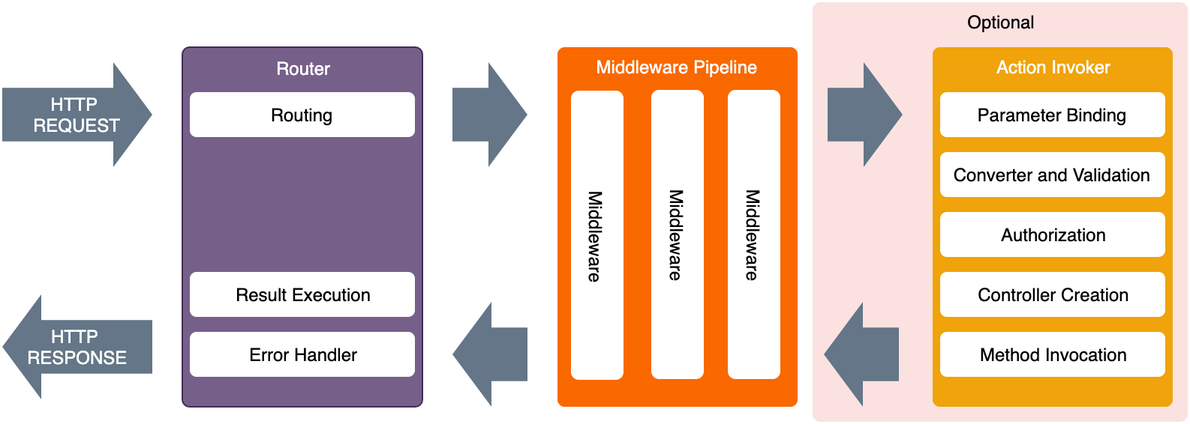
Above: docs/assets/application-lifecycle.png in plumier/plumier (draw.io), before the change. Source tidied: cells renumbered, new cells last; positions are measured from the earlier drawing's top-left corner, leaving out a move shared by most shapes. Source of this version:
```xml
<mxGraphModel>
  <root>
    <mxCell id="0" />
    <mxCell id="1" parent="0" />
    <mxCell id="2" value="Optional" style="rounded=1;whiteSpace=wrap;html=1;opacity=60;fillColor=#f8cecc;strokeColor=none;arcSize=2;verticalAlign=top;" parent="1" vertex="1">
      <mxGeometry x="540" width="250" height="280" as="geometry" />
    </mxCell>
    <mxCell id="3" value="Router" style="rounded=1;whiteSpace=wrap;html=1;verticalAlign=top;arcSize=3;fillColor=#76608a;strokeColor=#432D57;fontColor=#ffffff;" parent="1" vertex="1">
      <mxGeometry x="120" y="30" width="160" height="240" as="geometry" />
    </mxCell>
    <mxCell id="4" value="Middleware Pipeline" style="rounded=1;whiteSpace=wrap;html=1;verticalAlign=top;arcSize=3;fillColor=#fa6800;strokeColor=none;fontColor=#ffffff;" parent="1" vertex="1">
      <mxGeometry x="370" y="30" width="160" height="240" as="geometry" />
    </mxCell>
    <mxCell id="5" style="html=1;shadow=0;dashed=0;align=center;verticalAlign=middle;shape=mxgraph.arrows2.arrow;dy=0.49;dx=26;notch=0;fillColor=#647687;strokeColor=none;fontColor=#ffffff;" parent="1" vertex="1">
      <mxGeometry x="300" y="40" width="50" height="70" as="geometry" />
    </mxCell>
    <mxCell id="6" style="html=1;shadow=0;dashed=0;align=center;verticalAlign=middle;shape=mxgraph.arrows2.arrow;dy=0.49;dx=26;notch=0;rotation=-180;fillColor=#647687;strokeColor=none;fontColor=#ffffff;" parent="1" vertex="1">
      <mxGeometry x="300" y="200" width="50" height="70" as="geometry" />
    </mxCell>
    <mxCell id="7" value="Action Invoker" style="rounded=1;whiteSpace=wrap;html=1;verticalAlign=top;arcSize=3;fillColor=#f0a30a;strokeColor=none;fontColor=#ffffff;" parent="1" vertex="1">
      <mxGeometry x="620" y="30" width="160" height="240" as="geometry" />
    </mxCell>
    <mxCell id="8" style="html=1;shadow=0;dashed=0;align=center;verticalAlign=middle;shape=mxgraph.arrows2.arrow;dy=0.49;dx=26;notch=0;fillColor=#647687;strokeColor=none;fontColor=#ffffff;" parent="1" vertex="1">
      <mxGeometry x="550" y="40" width="50" height="70" as="geometry" />
    </mxCell>
    <mxCell id="9" style="html=1;shadow=0;dashed=0;align=center;verticalAlign=middle;shape=mxgraph.arrows2.arrow;dy=0.49;dx=26;notch=0;rotation=-180;fillColor=#647687;strokeColor=none;fontColor=#ffffff;" parent="1" vertex="1">
      <mxGeometry x="547.5" y="200" width="50" height="70" as="geometry" />
    </mxCell>
    <mxCell id="10" value="Parameter Binding" style="rounded=1;whiteSpace=wrap;html=1;strokeColor=none;" parent="1" vertex="1">
      <mxGeometry x="625" y="60" width="150" height="30" as="geometry" />
    </mxCell>
    <mxCell id="11" value="Converter and Validation" style="rounded=1;whiteSpace=wrap;html=1;strokeColor=none;" parent="1" vertex="1">
      <mxGeometry x="625" y="100" width="150" height="30" as="geometry" />
    </mxCell>
    <mxCell id="12" value="Authorization" style="rounded=1;whiteSpace=wrap;html=1;strokeColor=none;" parent="1" vertex="1">
      <mxGeometry x="625" y="140" width="150" height="30" as="geometry" />
    </mxCell>
    <mxCell id="13" value="Controller Creation" style="rounded=1;whiteSpace=wrap;html=1;strokeColor=none;" parent="1" vertex="1">
      <mxGeometry x="625" y="180" width="150" height="30" as="geometry" />
    </mxCell>
    <mxCell id="14" value="Method Invocation" style="rounded=1;whiteSpace=wrap;html=1;strokeColor=none;" parent="1" vertex="1">
      <mxGeometry x="625" y="220" width="150" height="30" as="geometry" />
    </mxCell>
    <mxCell id="15" value="Middleware" style="rounded=1;whiteSpace=wrap;html=1;rotation=90;strokeColor=none;" parent="1" vertex="1">
      <mxGeometry x="300" y="138" width="193" height="35" as="geometry" />
    </mxCell>
    <mxCell id="16" value="Routing" style="rounded=1;whiteSpace=wrap;html=1;strokeColor=none;" parent="1" vertex="1">
      <mxGeometry x="125" y="60" width="150" height="30" as="geometry" />
    </mxCell>
    <mxCell id="17" value="Result Execution" style="rounded=1;whiteSpace=wrap;html=1;strokeColor=none;" parent="1" vertex="1">
      <mxGeometry x="125" y="180" width="150" height="30" as="geometry" />
    </mxCell>
    <mxCell id="18" value="Error Handler" style="rounded=1;whiteSpace=wrap;html=1;strokeColor=none;" parent="1" vertex="1">
      <mxGeometry x="125" y="220" width="150" height="30" as="geometry" />
    </mxCell>
    <mxCell id="19" value="HTTP&amp;nbsp;&lt;br&gt;REQUEST" style="html=1;shadow=0;dashed=0;align=center;verticalAlign=middle;shape=mxgraph.arrows2.arrow;dy=0.49;dx=26;notch=0;fillColor=#647687;strokeColor=none;fontColor=#ffffff;" parent="1" vertex="1">
      <mxGeometry y="40" width="100" height="70" as="geometry" />
    </mxCell>
    <mxCell id="20" value="Middleware" style="rounded=1;whiteSpace=wrap;html=1;rotation=90;strokeColor=none;" parent="1" vertex="1">
      <mxGeometry x="353.5" y="137.5" width="193" height="35" as="geometry" />
    </mxCell>
    <mxCell id="21" value="Middleware" style="rounded=1;whiteSpace=wrap;html=1;rotation=90;strokeColor=none;" parent="1" vertex="1">
      <mxGeometry x="404.5" y="137.5" width="193" height="35" as="geometry" />
    </mxCell>
    <mxCell id="22" value="HTTP&amp;nbsp;&lt;br&gt;RESPONSE" style="html=1;shadow=0;dashed=0;align=center;verticalAlign=middle;shape=mxgraph.arrows2.arrow;dy=0.49;dx=26;notch=0;flipV=0;flipH=1;fillColor=#647687;strokeColor=none;fontColor=#ffffff;" parent="1" vertex="1">
      <mxGeometry y="195" width="100" height="70" as="geometry" />
    </mxCell>
  </root>
</mxGraphModel>
```
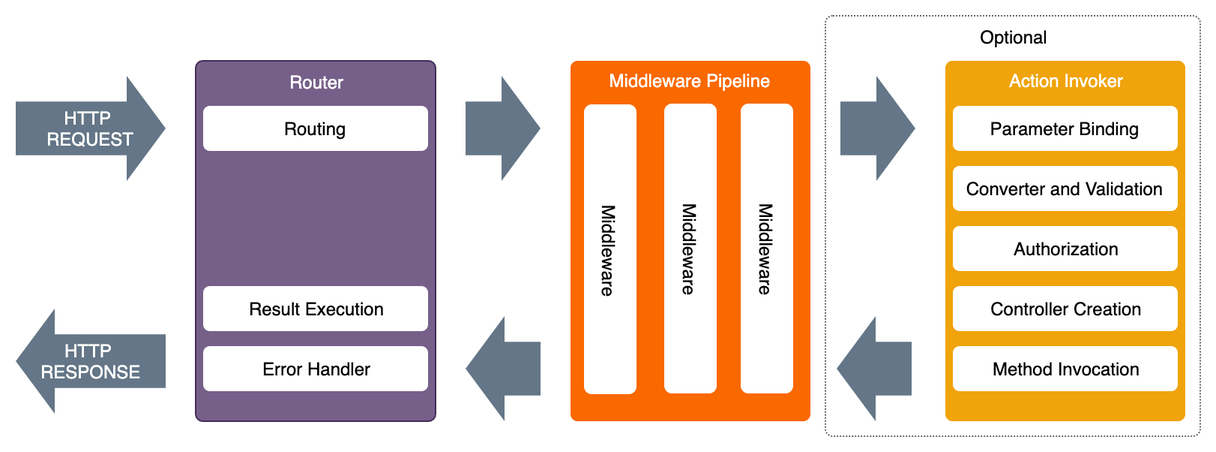
The same diagram one commit later.

Change to the diagram source:
```diff
@@ -2,7 +2,7 @@
   <root>
     <mxCell id="0" />
     <mxCell id="1" parent="0" />
-    <mxCell id="2" value="Optional" style="rounded=1;whiteSpace=wrap;html=1;opacity=60;fillColor=#f8cecc;strokeColor=none;arcSize=2;verticalAlign=top;" parent="1" vertex="1">
+    <mxCell id="2" value="Optional" style="rounded=1;whiteSpace=wrap;html=1;opacity=60;arcSize=2;verticalAlign=top;dashed=1;dashPattern=1 1;fillColor=none;" parent="1" vertex="1">
       <mxGeometry x="540" width="250" height="280" as="geometry" />
     </mxCell>
     <mxCell id="3" value="Router" style="rounded=1;whiteSpace=wrap;html=1;verticalAlign=top;arcSize=3;fillColor=#76608a;strokeColor=#432D57;fontColor=#ffffff;" parent="1" vertex="1">
```
